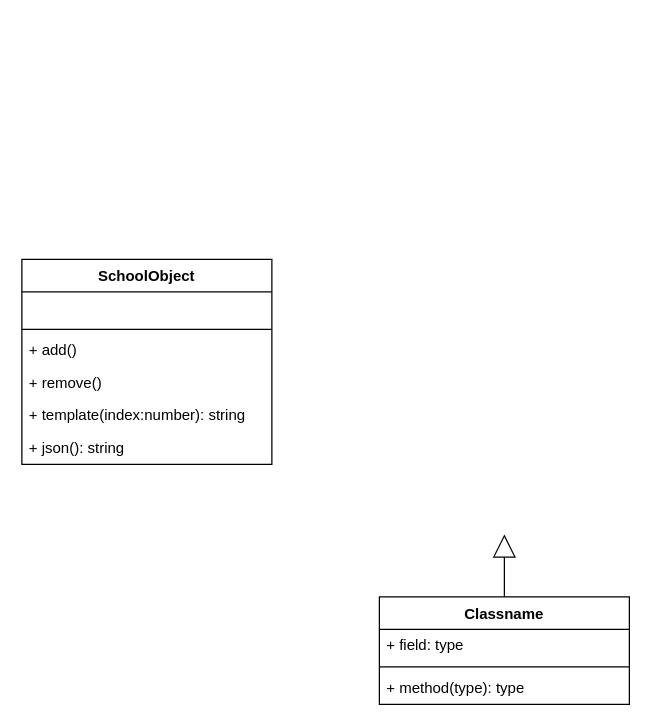
Above: drafts/frontend.drawio in elma1989/teach (draw.io), before the change. Source tidied: cells renumbered, new cells numbered last; positions are measured from the earlier drawing's top-left corner, leaving out a move shared by most shapes. Both pictures are drawn from the tidied source at 125%, with x=0, y=0 at pixel (21, 259).
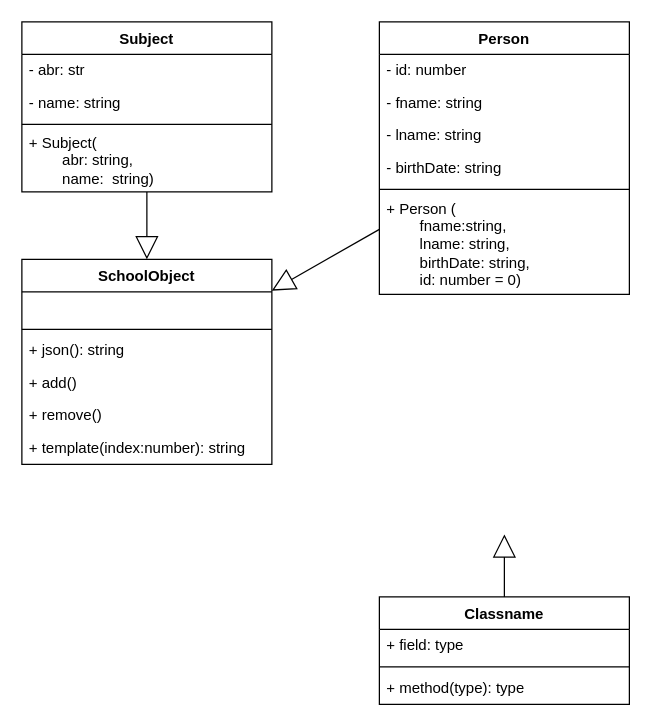
The same page after the edit.

The change refers to these unchanged cells:
```xml
<mxCell id="7" value="SchoolObject" style="swimlane;fontStyle=1;align=center;verticalAlign=top;horizontal=1;startSize=26;whiteSpace=wrap;html=1;" parent="1" vertex="1">
  <mxGeometry width="200" height="164" as="geometry" />
</mxCell>
```

The edit, as a diff of the source:
```diff
@@
+    <mxCell id="13" value="+ json(): string" style="text;strokeColor=none;fillColor=none;align=left;verticalAlign=middle;spacingLeft=4;spacingRight=4;overflow=hidden;whiteSpace=wrap;html=1;" parent="7" vertex="1">
+      <mxGeometry y="60" width="200" height="26" as="geometry" />
+    </mxCell>
     <mxCell id="10" value="+ add()" style="text;strokeColor=none;fillColor=none;align=left;verticalAlign=middle;spacingLeft=4;spacingRight=4;overflow=hidden;whiteSpace=wrap;html=1;" parent="7" vertex="1">
-      <mxGeometry y="60" width="200" height="26" as="geometry" />
+      <mxGeometry y="86" width="200" height="26" as="geometry" />
     </mxCell>
     <mxCell id="11" value="+ remove()" style="text;strokeColor=none;fillColor=none;align=left;verticalAlign=middle;spacingLeft=4;spacingRight=4;overflow=hidden;whiteSpace=wrap;html=1;" parent="7" vertex="1">
-      <mxGeometry y="86" width="200" height="26" as="geometry" />
+      <mxGeometry y="112" width="200" height="26" as="geometry" />
     </mxCell>
     <mxCell id="12" value="+ template(index:number): string" style="text;strokeColor=none;fillColor=none;align=left;verticalAlign=middle;spacingLeft=4;spacingRight=4;overflow=hidden;whiteSpace=wrap;html=1;" parent="7" vertex="1">
-      <mxGeometry y="112" width="200" height="26" as="geometry" />
+      <mxGeometry y="138" width="200" height="26" as="geometry" />
     </mxCell>
-    <mxCell id="13" value="+ json(): string" style="text;strokeColor=none;fillColor=none;align=left;verticalAlign=middle;spacingLeft=4;spacingRight=4;overflow=hidden;whiteSpace=wrap;html=1;" parent="7" vertex="1">
-      <mxGeometry y="138" width="200" height="26" as="geometry" />
-    </mxCell>
+    <mxCell id="14" value="Subject" style="swimlane;fontStyle=1;align=center;verticalAlign=top;horizontal=1;startSize=26;whiteSpace=wrap;html=1;" parent="1" vertex="1">
+      <mxGeometry y="-190" width="200" height="136" as="geometry" />
+    </mxCell>
+    <mxCell id="15" value="- abr: str" style="text;strokeColor=none;fillColor=none;align=left;verticalAlign=middle;spacingLeft=4;spacingRight=4;overflow=hidden;whiteSpace=wrap;html=1;" parent="14" vertex="1">
+      <mxGeometry y="26" width="200" height="26" as="geometry" />
+    </mxCell>
+    <mxCell id="16" value="- name: string" style="text;strokeColor=none;fillColor=none;align=left;verticalAlign=middle;spacingLeft=4;spacingRight=4;overflow=hidden;whiteSpace=wrap;html=1;" parent="14" vertex="1">
+      <mxGeometry y="52" width="200" height="26" as="geometry" />
+    </mxCell>
+    <mxCell id="17" style="line;strokeWidth=1;fillColor=none;align=left;verticalAlign=middle;spacingTop=-1;spacingLeft=3;spacingRight=3;labelPosition=right;strokeColor=inherit;" parent="14" vertex="1">
+      <mxGeometry y="78" width="200" height="8" as="geometry" />
+    </mxCell>
+    <mxCell id="18" value="&lt;div&gt;+ Subject(&lt;/div&gt;&lt;div&gt;&lt;span style=&quot;white-space: pre;&quot;&gt;&#9;&lt;/span&gt;abr: string,&lt;/div&gt;&lt;div&gt;&lt;span style=&quot;white-space: pre;&quot;&gt;&#9;&lt;/span&gt;name:&amp;nbsp; string)&lt;br&gt;&lt;/div&gt;" style="text;strokeColor=none;fillColor=none;align=left;verticalAlign=middle;spacingLeft=4;spacingRight=4;overflow=hidden;whiteSpace=wrap;html=1;" parent="14" vertex="1">
+      <mxGeometry y="86" width="200" height="50" as="geometry" />
+    </mxCell>
+    <mxCell id="19" style="endArrow=block;endSize=16;endFill=0;html=1;rounded=0;" parent="1" edge="1" source="14" target="7">
+      <mxGeometry relative="1" as="geometry" />
+    </mxCell>
+    <mxCell id="20" value="Person" style="swimlane;fontStyle=1;align=center;verticalAlign=top;horizontal=1;startSize=26;whiteSpace=wrap;html=1;" parent="1" vertex="1">
+      <mxGeometry x="286" y="-190" width="200" height="218" as="geometry" />
+    </mxCell>
+    <mxCell id="21" value="- id: number" style="text;strokeColor=none;fillColor=none;align=left;verticalAlign=middle;spacingLeft=4;spacingRight=4;overflow=hidden;whiteSpace=wrap;html=1;" parent="20" vertex="1">
+      <mxGeometry y="26" width="200" height="26" as="geometry" />
+    </mxCell>
+    <mxCell id="22" value="- fname: string" style="text;strokeColor=none;fillColor=none;align=left;verticalAlign=middle;spacingLeft=4;spacingRight=4;overflow=hidden;whiteSpace=wrap;html=1;" parent="20" vertex="1">
+      <mxGeometry y="52" width="200" height="26" as="geometry" />
+    </mxCell>
+    <mxCell id="23" value="- lname: string" style="text;strokeColor=none;fillColor=none;align=left;verticalAlign=middle;spacingLeft=4;spacingRight=4;overflow=hidden;whiteSpace=wrap;html=1;" parent="20" vertex="1">
+      <mxGeometry y="78" width="200" height="26" as="geometry" />
+    </mxCell>
+    <mxCell id="24" value="- birthDate: string" style="text;strokeColor=none;fillColor=none;align=left;verticalAlign=middle;spacingLeft=4;spacingRight=4;overflow=hidden;whiteSpace=wrap;html=1;" parent="20" vertex="1">
+      <mxGeometry y="104" width="200" height="26" as="geometry" />
+    </mxCell>
+    <mxCell id="25" style="line;strokeWidth=1;fillColor=none;align=left;verticalAlign=middle;spacingTop=-1;spacingLeft=3;spacingRight=3;labelPosition=right;strokeColor=inherit;" parent="20" vertex="1">
+      <mxGeometry y="130" width="200" height="8" as="geometry" />
+    </mxCell>
+    <mxCell id="26" value="&lt;div&gt;+ Person (&lt;/div&gt;&lt;div&gt;&lt;span style=&quot;white-space: pre;&quot;&gt;&#9;&lt;/span&gt;fname:string,&lt;/div&gt;&lt;div&gt;&lt;span style=&quot;white-space: pre;&quot;&gt;&#9;&lt;/span&gt;lname: string,&lt;/div&gt;&lt;div&gt;&lt;span style=&quot;white-space: pre;&quot;&gt;&#9;&lt;/span&gt;birthDate: string,&lt;/div&gt;&lt;div&gt;&lt;span style=&quot;white-space: pre;&quot;&gt;&#9;&lt;/span&gt;id: number = 0)&lt;br&gt;&lt;/div&gt;" style="text;strokeColor=none;fillColor=none;align=left;verticalAlign=middle;spacingLeft=4;spacingRight=4;overflow=hidden;whiteSpace=wrap;html=1;" parent="20" vertex="1">
+      <mxGeometry y="138" width="200" height="80" as="geometry" />
+    </mxCell>
+    <mxCell id="27" style="endArrow=block;endSize=16;endFill=0;html=1;rounded=0;" parent="1" edge="1" source="20" target="7">
+      <mxGeometry relative="1" as="geometry" />
+    </mxCell>
```
